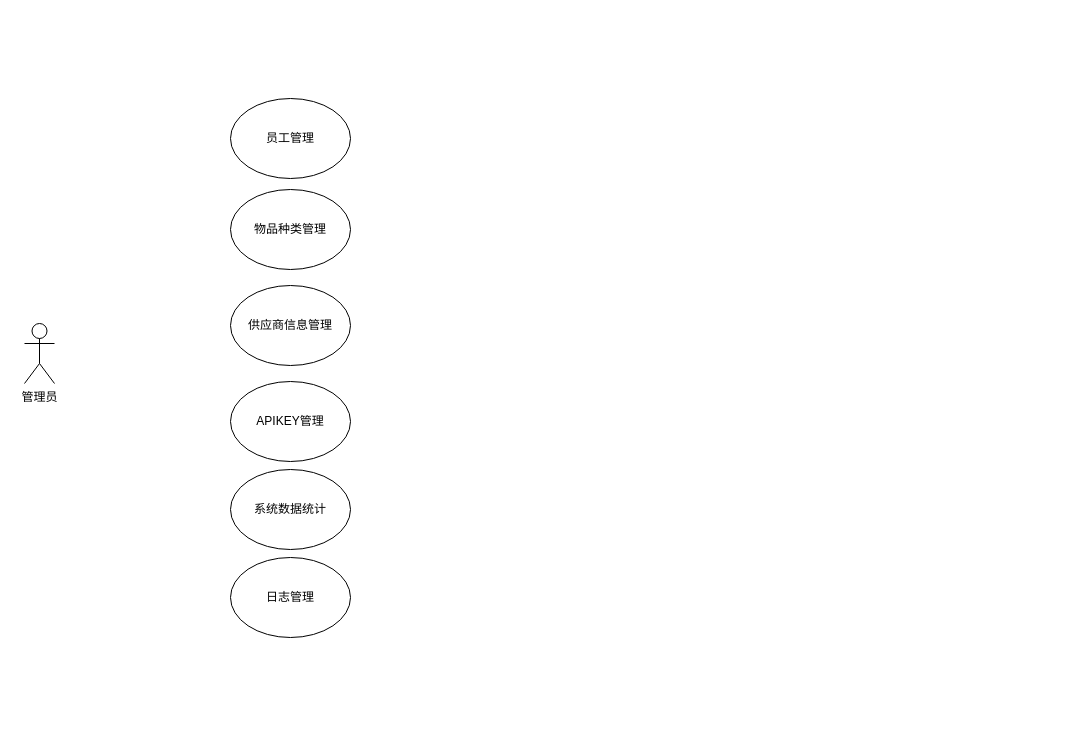
Above: save/未命名绘图.drawio in kehaha-5/drawio (draw.io), before the change. Source tidied: cells renumbered, new cells numbered last; positions are measured from the earlier drawing's top-left corner, leaving out a move shared by most shapes. Both pictures are drawn from the tidied source at 100%, with x=0, y=0 at pixel (24, 98).
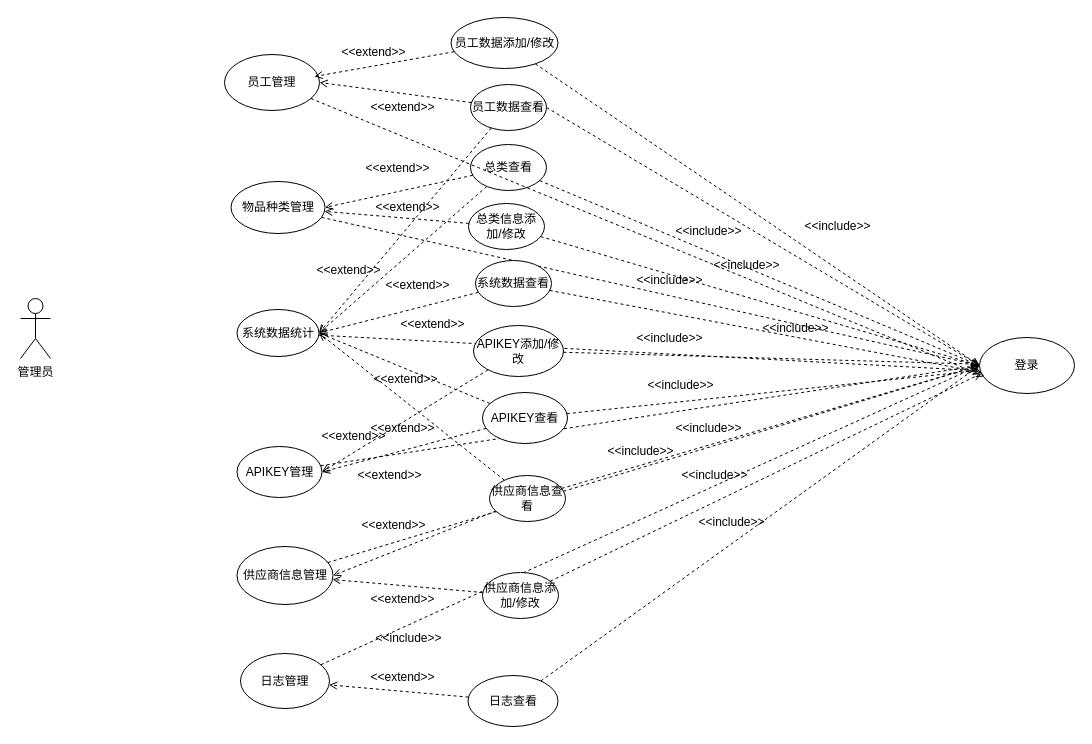
After the change.

Commit message (it also covers changes not shown here):
更新未命名绘图.drawio

Change to the diagram source:
```diff
@@
     <mxCell id="2" value="管理员" style="shape=umlActor;verticalLabelPosition=bottom;verticalAlign=top;html=1;" parent="1" vertex="1">
-      <mxGeometry y="225" width="30" height="60" as="geometry" />
+      <mxGeometry x="-4" y="200" width="30" height="60" as="geometry" />
     </mxCell>
     <mxCell id="3" value="员工管理" style="ellipse;whiteSpace=wrap;html=1;" parent="1" vertex="1">
-      <mxGeometry x="206" width="120" height="80" as="geometry" />
+      <mxGeometry x="200" y="-44" width="95" height="56" as="geometry" />
     </mxCell>
+    <mxCell id="9" style="rounded=0;jettySize=auto;html=1;entryX=0;entryY=0.5;entryDx=0;entryDy=0;dashed=1;endArrow=open;endFill=0;" parent="1" edge="1" source="4" target="60">
+      <mxGeometry relative="1" as="geometry" />
+    </mxCell>
     <mxCell id="4" value="物品种类管理" style="ellipse;whiteSpace=wrap;html=1;" parent="1" vertex="1">
-      <mxGeometry x="206" y="91" width="120" height="80" as="geometry" />
+      <mxGeometry x="206.5" y="83" width="94" height="52" as="geometry" />
     </mxCell>
+    <mxCell id="10" style="rounded=0;jettySize=auto;html=1;entryX=0;entryY=0.5;entryDx=0;entryDy=0;dashed=1;endArrow=open;endFill=0;" parent="1" edge="1" source="5" target="60">
+      <mxGeometry relative="1" as="geometry" />
+    </mxCell>
     <mxCell id="5" value="供应商信息管理" style="ellipse;whiteSpace=wrap;html=1;" parent="1" vertex="1">
-      <mxGeometry x="206" y="187" width="120" height="80" as="geometry" />
+      <mxGeometry x="212.5" y="448" width="96" height="58" as="geometry" />
     </mxCell>
+    <mxCell id="11" style="rounded=0;jettySize=auto;html=1;entryX=0;entryY=0.5;entryDx=0;entryDy=0;dashed=1;endArrow=open;endFill=0;" parent="1" edge="1" source="6" target="60">
+      <mxGeometry relative="1" as="geometry" />
+    </mxCell>
     <mxCell id="6" value="APIKEY管理" style="ellipse;whiteSpace=wrap;html=1;" parent="1" vertex="1">
-      <mxGeometry x="206" y="283" width="120" height="80" as="geometry" />
+      <mxGeometry x="212.5" y="348" width="85" height="51" as="geometry" />
     </mxCell>
+    <mxCell id="12" style="rounded=0;jettySize=auto;html=1;dashed=1;endArrow=open;endFill=0;" parent="1" edge="1" source="7">
+      <mxGeometry relative="1" as="geometry">
+        <mxPoint x="951" y="272" as="targetPoint" />
+      </mxGeometry>
+    </mxCell>
     <mxCell id="7" value="系统数据统计" style="ellipse;whiteSpace=wrap;html=1;" parent="1" vertex="1">
-      <mxGeometry x="206" y="371" width="120" height="80" as="geometry" />
+      <mxGeometry x="212.5" y="211" width="82" height="47" as="geometry" />
     </mxCell>
+    <mxCell id="13" style="rounded=0;jettySize=auto;html=1;entryX=0;entryY=0.5;entryDx=0;entryDy=0;dashed=1;endArrow=open;endFill=0;" parent="1" edge="1" source="8" target="60">
+      <mxGeometry relative="1" as="geometry" />
+    </mxCell>
     <mxCell id="8" value="日志管理" style="ellipse;whiteSpace=wrap;html=1;" parent="1" vertex="1">
-      <mxGeometry x="206" y="459" width="120" height="80" as="geometry" />
+      <mxGeometry x="216" y="555" width="89" height="55" as="geometry" />
     </mxCell>
+    <mxCell id="14" style="rounded=0;jettySize=auto;html=1;entryX=1;entryY=0.5;entryDx=0;entryDy=0;dashed=1;strokeColor=default;endArrow=open;endFill=0;" parent="1" edge="1" source="17" target="7">
+      <mxGeometry relative="1" as="geometry" />
+    </mxCell>
+    <mxCell id="15" style="rounded=0;jettySize=auto;html=1;entryX=1;entryY=0.5;entryDx=0;entryDy=0;dashed=1;endArrow=open;endFill=0;" parent="1" edge="1" source="17" target="3">
+      <mxGeometry relative="1" as="geometry" />
+    </mxCell>
+    <mxCell id="16" style="rounded=0;jettySize=auto;html=1;entryX=0;entryY=0.5;entryDx=0;entryDy=0;dashed=1;endArrow=open;endFill=0;exitX=1;exitY=0.5;exitDx=0;exitDy=0;" parent="1" edge="1" source="17" target="60">
+      <mxGeometry relative="1" as="geometry" />
+    </mxCell>
+    <mxCell id="17" value="员工数据查看" style="ellipse;whiteSpace=wrap;html=1;" parent="1" vertex="1">
+      <mxGeometry x="446" y="-14" width="76" height="46" as="geometry" />
+    </mxCell>
+    <mxCell id="18" style="rounded=0;jettySize=auto;html=1;entryX=0;entryY=0.5;entryDx=0;entryDy=0;dashed=1;endArrow=open;endFill=0;" parent="1" edge="1" source="19" target="60">
+      <mxGeometry relative="1" as="geometry" />
+    </mxCell>
+    <mxCell id="19" value="员工数据添加/修改" style="ellipse;whiteSpace=wrap;html=1;" parent="1" vertex="1">
+      <mxGeometry x="426.5" y="-81" width="107" height="51" as="geometry" />
+    </mxCell>
+    <mxCell id="20" style="rounded=0;jettySize=auto;html=1;entryX=1;entryY=0.5;entryDx=0;entryDy=0;dashed=1;endArrow=open;endFill=0;" parent="1" edge="1" source="23" target="4">
+      <mxGeometry relative="1" as="geometry" />
+    </mxCell>
+    <mxCell id="21" style="rounded=0;jettySize=auto;html=1;entryX=1;entryY=0.5;entryDx=0;entryDy=0;dashed=1;endArrow=open;endFill=0;" parent="1" edge="1" source="23" target="7">
+      <mxGeometry relative="1" as="geometry" />
+    </mxCell>
+    <mxCell id="22" style="rounded=0;jettySize=auto;html=1;entryX=0;entryY=0.5;entryDx=0;entryDy=0;dashed=1;endArrow=open;endFill=0;" parent="1" edge="1" source="23" target="60">
+      <mxGeometry relative="1" as="geometry" />
+    </mxCell>
+    <mxCell id="23" value="总类查看" style="ellipse;whiteSpace=wrap;html=1;" parent="1" vertex="1">
+      <mxGeometry x="446" y="46" width="76" height="46" as="geometry" />
+    </mxCell>
+    <mxCell id="24" style="rounded=0;jettySize=auto;html=1;dashed=1;endArrow=open;endFill=0;" parent="1" edge="1" source="26" target="4">
+      <mxGeometry relative="1" as="geometry" />
+    </mxCell>
+    <mxCell id="25" style="rounded=0;jettySize=auto;html=1;entryX=0;entryY=0.5;entryDx=0;entryDy=0;dashed=1;endArrow=open;endFill=0;" parent="1" edge="1" source="26" target="60">
+      <mxGeometry relative="1" as="geometry" />
+    </mxCell>
+    <mxCell id="26" value="总类信息添加/修改" style="ellipse;whiteSpace=wrap;html=1;" parent="1" vertex="1">
+      <mxGeometry x="444" y="105" width="76" height="46" as="geometry" />
+    </mxCell>
+    <mxCell id="27" style="rounded=0;jettySize=auto;html=1;entryX=1;entryY=0.5;entryDx=0;entryDy=0;dashed=1;endArrow=open;endFill=0;" parent="1" edge="1" source="30" target="7">
+      <mxGeometry relative="1" as="geometry" />
+    </mxCell>
+    <mxCell id="28" style="rounded=0;jettySize=auto;html=1;entryX=1;entryY=0.5;entryDx=0;entryDy=0;endArrow=open;endFill=0;dashed=1;" parent="1" edge="1" source="30" target="5">
+      <mxGeometry relative="1" as="geometry" />
+    </mxCell>
+    <mxCell id="29" style="rounded=0;jettySize=auto;html=1;entryX=0;entryY=0.5;entryDx=0;entryDy=0;endArrow=open;endFill=0;dashed=1;" parent="1" edge="1" source="30" target="60">
+      <mxGeometry relative="1" as="geometry" />
+    </mxCell>
+    <mxCell id="30" value="供应商信息查看" style="ellipse;whiteSpace=wrap;html=1;" parent="1" vertex="1">
+      <mxGeometry x="465" y="377" width="76" height="46" as="geometry" />
+    </mxCell>
+    <mxCell id="31" style="rounded=0;jettySize=auto;html=1;dashed=1;endArrow=open;endFill=0;" parent="1" edge="1" source="32" target="5">
+      <mxGeometry relative="1" as="geometry" />
+    </mxCell>
+    <mxCell id="32" value="供应商信息添加/修改" style="ellipse;whiteSpace=wrap;html=1;" parent="1" vertex="1">
+      <mxGeometry x="458" y="474" width="76" height="46" as="geometry" />
+    </mxCell>
+    <mxCell id="33" style="rounded=0;jettySize=auto;html=1;entryX=1;entryY=0.5;entryDx=0;entryDy=0;dashed=1;endArrow=open;endFill=0;" parent="1" edge="1" source="36" target="7">
+      <mxGeometry relative="1" as="geometry" />
+    </mxCell>
+    <mxCell id="34" style="rounded=0;jettySize=auto;html=1;entryX=1;entryY=0.5;entryDx=0;entryDy=0;endArrow=open;endFill=0;dashed=1;" parent="1" edge="1" source="36" target="6">
+      <mxGeometry relative="1" as="geometry" />
+    </mxCell>
+    <mxCell id="35" style="rounded=0;jettySize=auto;html=1;dashed=1;endArrow=open;endFill=0;" parent="1" edge="1" source="36" target="60">
+      <mxGeometry relative="1" as="geometry" />
+    </mxCell>
+    <mxCell id="36" value="APIKEY查看" style="ellipse;whiteSpace=wrap;html=1;" parent="1" vertex="1">
+      <mxGeometry x="458" y="294" width="85" height="51" as="geometry" />
+    </mxCell>
+    <mxCell id="37" style="rounded=0;jettySize=auto;html=1;entryX=1;entryY=0.5;entryDx=0;entryDy=0;dashed=1;endArrow=open;endFill=0;" parent="1" edge="1" source="39" target="6">
+      <mxGeometry relative="1" as="geometry" />
+    </mxCell>
+    <mxCell id="38" style="rounded=0;jettySize=auto;html=1;dashed=1;endArrow=open;endFill=0;" parent="1" edge="1" source="39" target="60">
+      <mxGeometry relative="1" as="geometry" />
+    </mxCell>
+    <mxCell id="39" value="APIKEY添加/修改" style="ellipse;whiteSpace=wrap;html=1;" parent="1" vertex="1">
+      <mxGeometry x="449" y="227" width="90" height="51" as="geometry" />
+    </mxCell>
+    <mxCell id="40" style="rounded=0;jettySize=auto;html=1;dashed=1;endArrow=open;endFill=0;" parent="1" edge="1" source="42" target="8">
+      <mxGeometry relative="1" as="geometry" />
+    </mxCell>
+    <mxCell id="41" style="rounded=0;jettySize=auto;html=1;entryX=0;entryY=0.5;entryDx=0;entryDy=0;endArrow=open;endFill=0;dashed=1;" parent="1" edge="1" source="42" target="60">
+      <mxGeometry relative="1" as="geometry" />
+    </mxCell>
+    <mxCell id="42" value="日志查看" style="ellipse;whiteSpace=wrap;html=1;" parent="1" vertex="1">
+      <mxGeometry x="443.5" y="577" width="90" height="51" as="geometry" />
+    </mxCell>
+    <mxCell id="43" style="rounded=0;jettySize=auto;html=1;entryX=1;entryY=0.5;entryDx=0;entryDy=0;dashed=1;endArrow=open;endFill=0;" parent="1" edge="1" source="44" target="7">
+      <mxGeometry relative="1" as="geometry" />
+    </mxCell>
+    <mxCell id="44" value="系统数据查看" style="ellipse;whiteSpace=wrap;html=1;" parent="1" vertex="1">
+      <mxGeometry x="451" y="162" width="76" height="46" as="geometry" />
+    </mxCell>
+    <mxCell id="45" value="&amp;lt;&amp;lt;extend&amp;gt;&amp;gt;" style="text;html=1;align=center;verticalAlign=middle;strokeColor=none;fillColor=none;" parent="1" vertex="1">
+      <mxGeometry x="283" y="159" width="82" height="26" as="geometry" />
+    </mxCell>
+    <mxCell id="46" style="rounded=0;jettySize=auto;html=1;entryX=0.947;entryY=0.393;entryDx=0;entryDy=0;entryPerimeter=0;dashed=1;endArrow=open;endFill=0;" parent="1" edge="1" source="19" target="3">
+      <mxGeometry relative="1" as="geometry" />
+    </mxCell>
+    <mxCell id="47" value="&amp;lt;&amp;lt;extend&amp;gt;&amp;gt;" style="text;html=1;align=center;verticalAlign=middle;strokeColor=none;fillColor=none;" parent="1" vertex="1">
+      <mxGeometry x="308" y="-59" width="82" height="26" as="geometry" />
+    </mxCell>
+    <mxCell id="48" value="&amp;lt;&amp;lt;extend&amp;gt;&amp;gt;" style="text;html=1;align=center;verticalAlign=middle;strokeColor=none;fillColor=none;" parent="1" vertex="1">
+      <mxGeometry x="337" y="-4" width="82" height="26" as="geometry" />
+    </mxCell>
+    <mxCell id="49" value="&amp;lt;&amp;lt;extend&amp;gt;&amp;gt;" style="text;html=1;align=center;verticalAlign=middle;strokeColor=none;fillColor=none;" parent="1" vertex="1">
+      <mxGeometry x="332" y="57" width="82" height="26" as="geometry" />
+    </mxCell>
+    <mxCell id="50" value="&amp;lt;&amp;lt;extend&amp;gt;&amp;gt;" style="text;html=1;align=center;verticalAlign=middle;strokeColor=none;fillColor=none;" parent="1" vertex="1">
+      <mxGeometry x="342" y="96" width="82" height="26" as="geometry" />
+    </mxCell>
+    <mxCell id="51" value="&amp;lt;&amp;lt;extend&amp;gt;&amp;gt;" style="text;html=1;align=center;verticalAlign=middle;strokeColor=none;fillColor=none;" parent="1" vertex="1">
+      <mxGeometry x="352" y="174" width="82" height="26" as="geometry" />
+    </mxCell>
+    <mxCell id="52" value="&amp;lt;&amp;lt;extend&amp;gt;&amp;gt;" style="text;html=1;align=center;verticalAlign=middle;strokeColor=none;fillColor=none;" parent="1" vertex="1">
+      <mxGeometry x="367" y="213" width="82" height="26" as="geometry" />
+    </mxCell>
+    <mxCell id="53" value="&amp;lt;&amp;lt;extend&amp;gt;&amp;gt;" style="text;html=1;align=center;verticalAlign=middle;strokeColor=none;fillColor=none;" parent="1" vertex="1">
+      <mxGeometry x="340" y="268" width="82" height="26" as="geometry" />
+    </mxCell>
+    <mxCell id="54" value="&amp;lt;&amp;lt;extend&amp;gt;&amp;gt;" style="text;html=1;align=center;verticalAlign=middle;strokeColor=none;fillColor=none;" parent="1" vertex="1">
+      <mxGeometry x="337" y="317" width="82" height="26" as="geometry" />
+    </mxCell>
+    <mxCell id="55" value="&amp;lt;&amp;lt;extend&amp;gt;&amp;gt;" style="text;html=1;align=center;verticalAlign=middle;strokeColor=none;fillColor=none;" parent="1" vertex="1">
+      <mxGeometry x="288" y="325" width="82" height="26" as="geometry" />
+    </mxCell>
+    <mxCell id="56" value="&amp;lt;&amp;lt;extend&amp;gt;&amp;gt;" style="text;html=1;align=center;verticalAlign=middle;strokeColor=none;fillColor=none;" parent="1" vertex="1">
+      <mxGeometry x="324" y="364" width="82" height="26" as="geometry" />
+    </mxCell>
+    <mxCell id="57" value="&amp;lt;&amp;lt;extend&amp;gt;&amp;gt;" style="text;html=1;align=center;verticalAlign=middle;strokeColor=none;fillColor=none;" parent="1" vertex="1">
+      <mxGeometry x="328" y="414" width="82" height="26" as="geometry" />
+    </mxCell>
+    <mxCell id="58" value="&amp;lt;&amp;lt;extend&amp;gt;&amp;gt;" style="text;html=1;align=center;verticalAlign=middle;strokeColor=none;fillColor=none;" parent="1" vertex="1">
+      <mxGeometry x="337" y="488" width="82" height="26" as="geometry" />
+    </mxCell>
+    <mxCell id="59" value="&amp;lt;&amp;lt;extend&amp;gt;&amp;gt;" style="text;html=1;align=center;verticalAlign=middle;strokeColor=none;fillColor=none;" parent="1" vertex="1">
+      <mxGeometry x="337" y="566" width="82" height="26" as="geometry" />
+    </mxCell>
+    <mxCell id="60" value="登录" style="ellipse;whiteSpace=wrap;html=1;" parent="1" vertex="1">
+      <mxGeometry x="955" y="239" width="95" height="56" as="geometry" />
+    </mxCell>
+    <mxCell id="61" value="&amp;lt;&amp;lt;include&amp;gt;&amp;gt;" style="text;html=1;align=center;verticalAlign=middle;strokeColor=none;fillColor=none;" parent="1" vertex="1">
+      <mxGeometry x="771" y="115" width="84" height="26" as="geometry" />
+    </mxCell>
+    <mxCell id="62" value="&amp;lt;&amp;lt;include&amp;gt;&amp;gt;" style="text;html=1;align=center;verticalAlign=middle;strokeColor=none;fillColor=none;" parent="1" vertex="1">
+      <mxGeometry x="680" y="154" width="84" height="26" as="geometry" />
+    </mxCell>
+    <mxCell id="63" value="&amp;lt;&amp;lt;include&amp;gt;&amp;gt;" style="text;html=1;align=center;verticalAlign=middle;strokeColor=none;fillColor=none;" parent="1" vertex="1">
+      <mxGeometry x="642" y="120" width="84" height="26" as="geometry" />
+    </mxCell>
+    <mxCell id="64" value="&amp;lt;&amp;lt;include&amp;gt;&amp;gt;" style="text;html=1;align=center;verticalAlign=middle;strokeColor=none;fillColor=none;" parent="1" vertex="1">
+      <mxGeometry x="729" y="217" width="84" height="26" as="geometry" />
+    </mxCell>
+    <mxCell id="65" style="rounded=0;jettySize=auto;html=1;entryX=0.021;entryY=0.625;entryDx=0;entryDy=0;entryPerimeter=0;dashed=1;endArrow=open;endFill=0;" parent="1" edge="1" source="44" target="60">
+      <mxGeometry relative="1" as="geometry" />
+    </mxCell>
+    <mxCell id="66" value="&amp;lt;&amp;lt;include&amp;gt;&amp;gt;" style="text;html=1;align=center;verticalAlign=middle;strokeColor=none;fillColor=none;" parent="1" vertex="1">
+      <mxGeometry x="603" y="169" width="84" height="26" as="geometry" />
+    </mxCell>
+    <mxCell id="67" value="&amp;lt;&amp;lt;include&amp;gt;&amp;gt;" style="text;html=1;align=center;verticalAlign=middle;strokeColor=none;fillColor=none;" parent="1" vertex="1">
+      <mxGeometry x="603" y="227" width="84" height="26" as="geometry" />
+    </mxCell>
+    <mxCell id="68" value="&amp;lt;&amp;lt;include&amp;gt;&amp;gt;" style="text;html=1;align=center;verticalAlign=middle;strokeColor=none;fillColor=none;" parent="1" vertex="1">
+      <mxGeometry x="614" y="274" width="84" height="26" as="geometry" />
+    </mxCell>
+    <mxCell id="69" value="&amp;lt;&amp;lt;include&amp;gt;&amp;gt;" style="text;html=1;align=center;verticalAlign=middle;strokeColor=none;fillColor=none;" parent="1" vertex="1">
+      <mxGeometry x="642" y="317" width="84" height="26" as="geometry" />
+    </mxCell>
+    <mxCell id="70" style="rounded=0;jettySize=auto;html=1;entryX=0.021;entryY=0.643;entryDx=0;entryDy=0;entryPerimeter=0;endArrow=open;endFill=0;dashed=1;" parent="1" edge="1" source="32" target="60">
+      <mxGeometry relative="1" as="geometry" />
+    </mxCell>
+    <mxCell id="71" value="&amp;lt;&amp;lt;include&amp;gt;&amp;gt;" style="text;html=1;align=center;verticalAlign=middle;strokeColor=none;fillColor=none;" parent="1" vertex="1">
+      <mxGeometry x="648" y="364" width="84" height="26" as="geometry" />
+    </mxCell>
+    <mxCell id="72" value="&amp;lt;&amp;lt;include&amp;gt;&amp;gt;" style="text;html=1;align=center;verticalAlign=middle;strokeColor=none;fillColor=none;" parent="1" vertex="1">
+      <mxGeometry x="665" y="411" width="84" height="26" as="geometry" />
+    </mxCell>
+    <mxCell id="73" value="&amp;lt;&amp;lt;include&amp;gt;&amp;gt;" style="text;html=1;align=center;verticalAlign=middle;strokeColor=none;fillColor=none;" parent="1" vertex="1">
+      <mxGeometry x="342" y="527" width="84" height="26" as="geometry" />
+    </mxCell>
+    <mxCell id="74" value="&amp;lt;&amp;lt;include&amp;gt;&amp;gt;" style="text;html=1;align=center;verticalAlign=middle;strokeColor=none;fillColor=none;" parent="1" vertex="1">
+      <mxGeometry x="574" y="340" width="84" height="26" as="geometry" />
+    </mxCell>
+    <mxCell id="75" style="rounded=0;jettySize=auto;html=1;entryX=0.053;entryY=0.696;entryDx=0;entryDy=0;entryPerimeter=0;dashed=1;endArrow=open;endFill=0;" parent="1" edge="1" source="3" target="60">
+      <mxGeometry relative="1" as="geometry" />
+    </mxCell>
```
